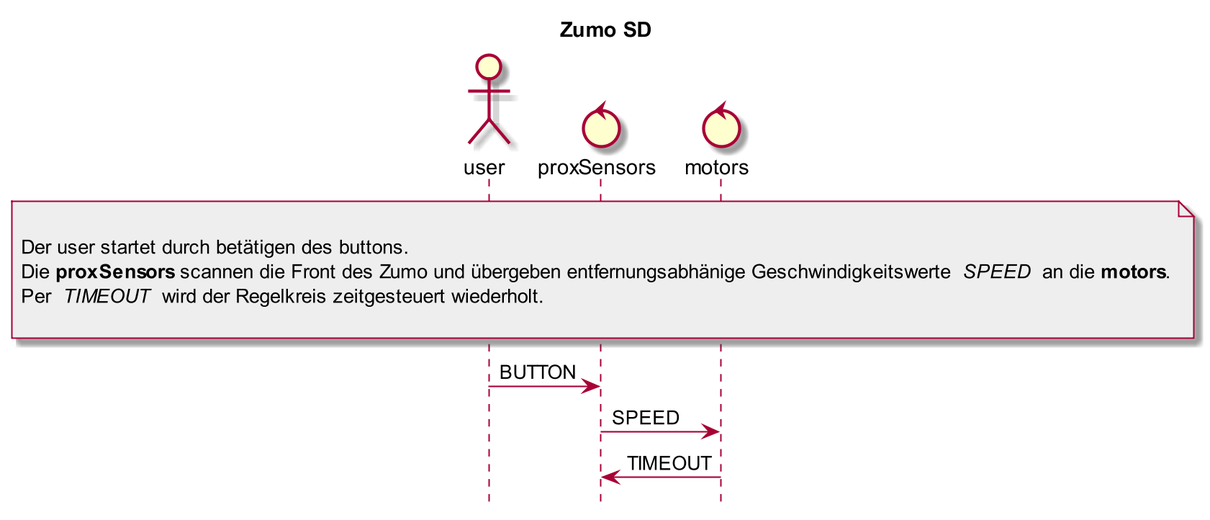
The PlantUML diagram Zumo/Zumo_SD.png in orje/Zumo_QM_QPnano, before a commit.
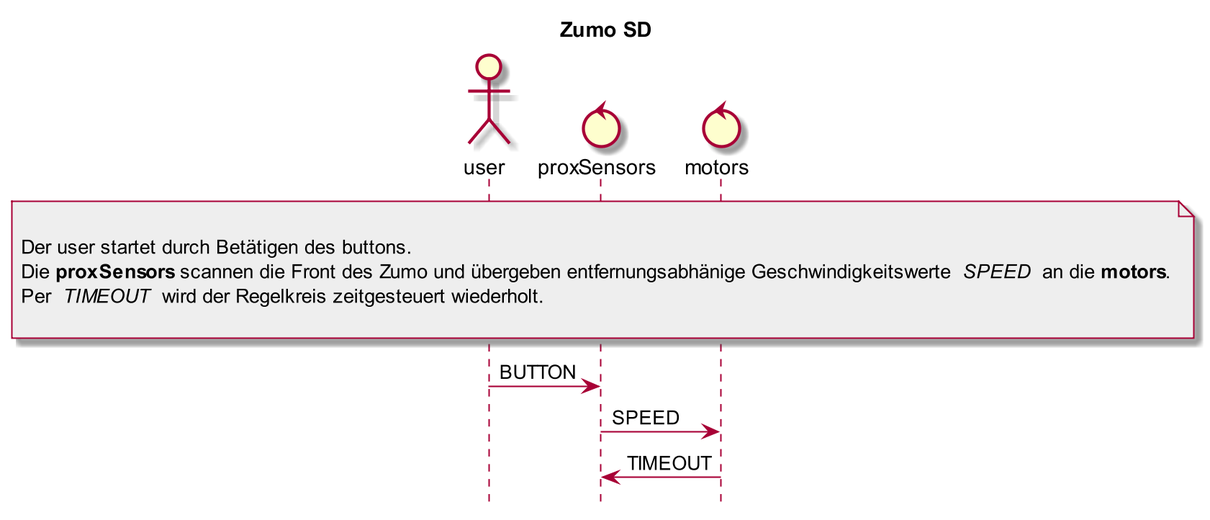
Later version of the same file.

Diff of the diagram source:
```diff
@@ -16,7 +16,7 @@
 
 note over user, motors #EEEEEE
 
-Der user startet durch betätigen des buttons.
+Der user startet durch Betätigen des buttons.
 Die **proxSensors** scannen die Front des Zumo und übergeben entfernungsabhänige Geschwindigkeitswerte // SPEED // an die **motors**.
 Per // TIMEOUT // wird der Regelkreis zeitgesteuert wiederholt.
 
```
